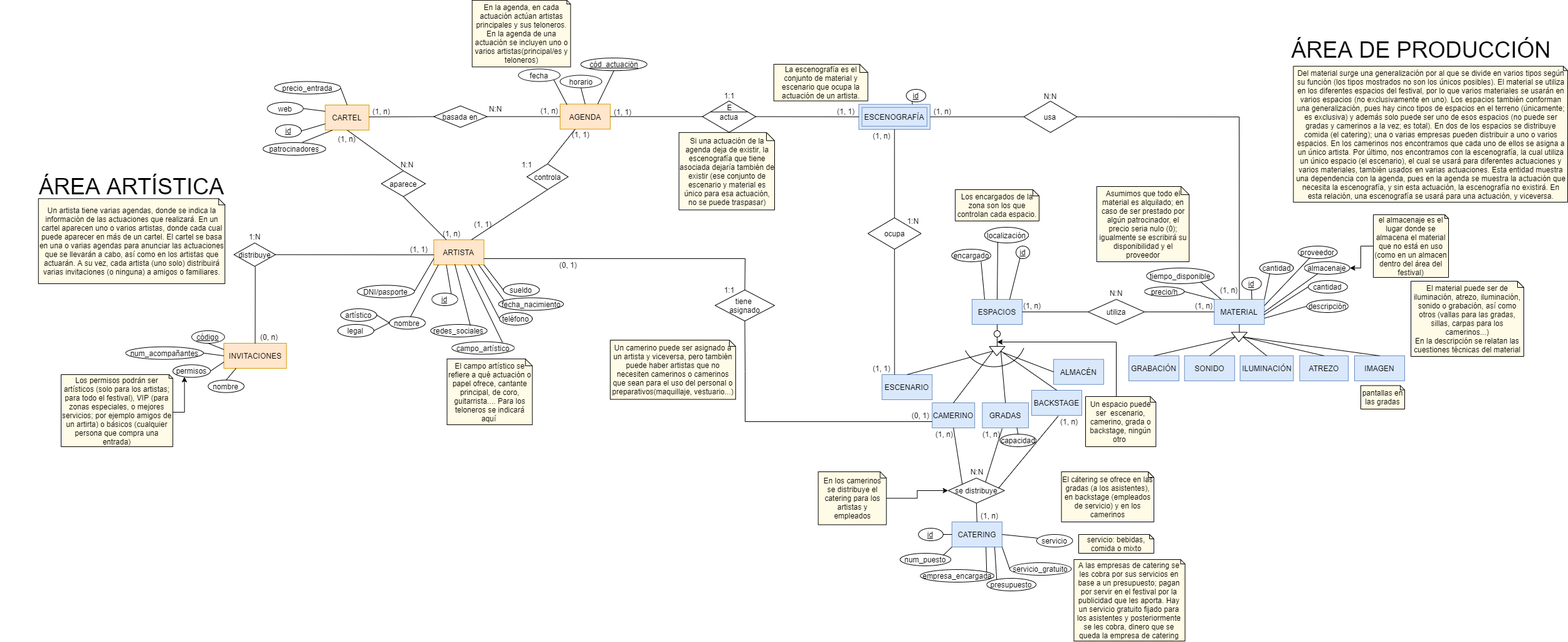
Above: Modelo conceptual/Modelo E-R.png in mariaalamocedillo/Quevedofest (draw.io), before the change. Source tidied: cells renumbered, new cells last; positions are measured from the earlier drawing's top-left corner, leaving out a move shared by most shapes.
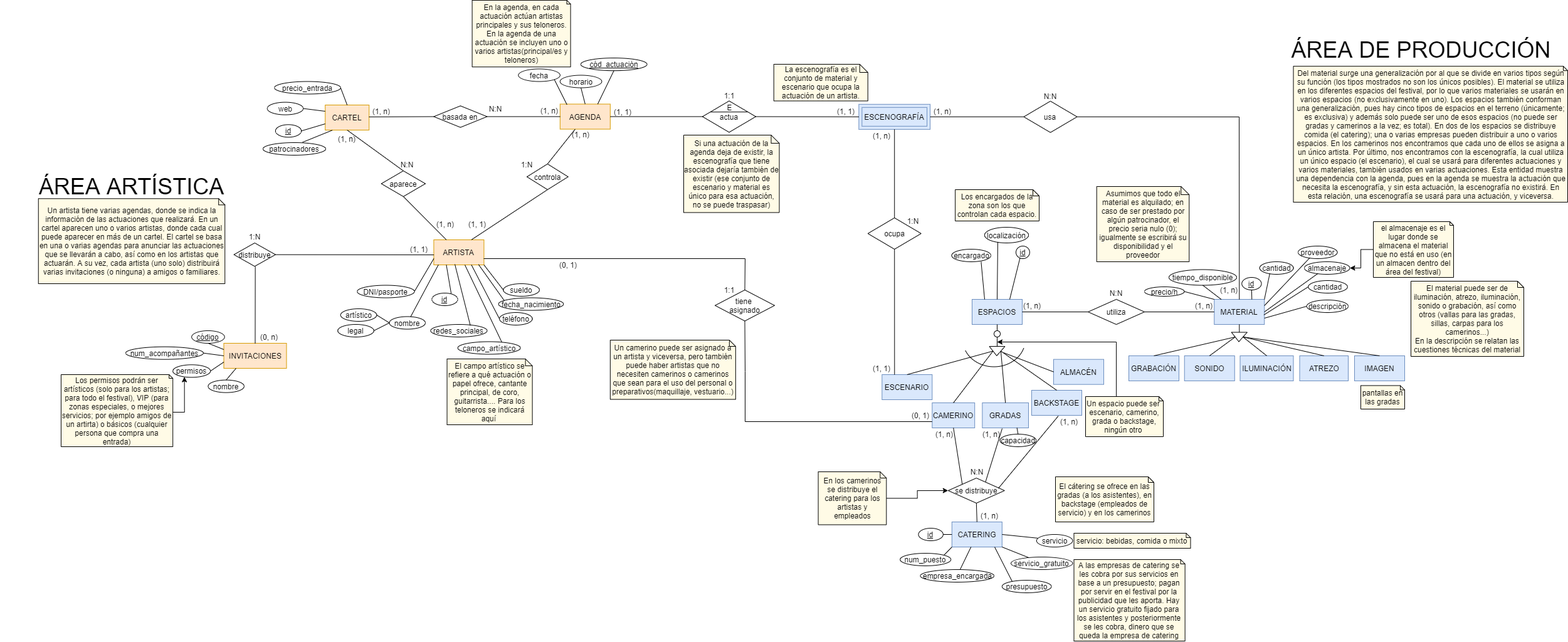
Above is the later version.

Change to the diagram source:
```diff
@@ -125,8 +125,8 @@
         </Array>
       </mxGeometry>
     </mxCell>
-    <mxCell id="39" value="Un espacio puede ser&amp;nbsp; escenario, camerino, grada o backstage, ningún otro&amp;nbsp;" style="shape=note;size=9;whiteSpace=wrap;html=1;fillColor=#FFFBE6;" parent="1" vertex="1">
-      <mxGeometry x="1731" y="632" width="112.2" height="80" as="geometry" />
+    <mxCell id="39" value="Un espacio puede ser&amp;nbsp; escenario, camerino, grada o backstage, ningún otro&amp;nbsp;" style="shape=note;size=7;whiteSpace=wrap;html=1;fillColor=#FFFBE6;" parent="1" vertex="1">
+      <mxGeometry x="1731" y="632" width="124" height="64" as="geometry" />
     </mxCell>
     <mxCell id="40" style="edgeStyle=orthogonalEdgeStyle;rounded=0;jettySize=auto;html=1;entryX=0;entryY=0.5;entryDx=0;entryDy=0;" parent="1" edge="1" source="41" target="32">
       <mxGeometry relative="1" as="geometry" />
@@ -153,7 +153,7 @@
       <mxGeometry x="2170" y="614.5" width="70" height="37.5" as="geometry" />
     </mxCell>
     <mxCell id="48" value="El cátering se ofrece en las gradas (a los asistentes), en backstage (empleados de servicio) y en los camerinos" style="shape=note;size=9;whiteSpace=wrap;html=1;fillColor=#FFFBE6;" parent="1" vertex="1">
-      <mxGeometry x="1692.5" y="752" width="147.5" height="80" as="geometry" />
+      <mxGeometry x="1683" y="760" width="157" height="72" as="geometry" />
     </mxCell>
     <mxCell id="49" value="nombre" style="ellipse;whiteSpace=wrap;html=1;align=center;fillColor=#FFFFFF;" parent="1" vertex="1">
       <mxGeometry x="620.5" y="504.5" width="57.5" height="20" as="geometry" />
@@ -192,7 +192,7 @@
       <mxGeometry x="802.3" y="452" width="57.5" height="20" as="geometry" />
     </mxCell>
     <mxCell id="61" value="campo_artístico" style="ellipse;whiteSpace=wrap;html=1;align=center;fillColor=#FFFFFF;" parent="1" vertex="1">
-      <mxGeometry x="720" y="544.5" width="100" height="20" as="geometry" />
+      <mxGeometry x="729.6" y="544.5" width="100" height="20" as="geometry" />
     </mxCell>
     <mxCell id="62" value="El campo artístico se refiere a qué actuación o papel ofrece, cantante principal, de coro, guitarrista.... Para los teloneros se indicará aquí&amp;nbsp;" style="shape=note;size=11;whiteSpace=wrap;html=1;fillColor=#FFFBE6;" parent="1" vertex="1">
       <mxGeometry x="712.5" y="572" width="136.1" height="105" as="geometry" />
@@ -206,7 +206,7 @@
     <mxCell id="65" style="endArrow=none;html=1;rounded=0;exitX=0.703;exitY=0.082;exitDx=0;exitDy=0;entryX=0.42;entryY=0.975;entryDx=0;entryDy=0;entryPerimeter=0;exitPerimeter=0;" parent="1" edge="1" source="55" target="3">
       <mxGeometry relative="1" as="geometry" />
     </mxCell>
-    <mxCell id="66" style="endArrow=none;html=1;rounded=0;exitX=0.81;exitY=0.074;exitDx=0;exitDy=0;exitPerimeter=0;" parent="1" edge="1" source="61" target="3">
+    <mxCell id="66" style="endArrow=none;html=1;rounded=0;exitX=0.703;exitY=0.043;exitDx=0;exitDy=0;exitPerimeter=0;" parent="1" edge="1" source="61" target="3">
       <mxGeometry relative="1" as="geometry" />
     </mxCell>
     <mxCell id="67" style="endArrow=none;html=1;rounded=0;exitX=0.091;exitY=0.24;exitDx=0;exitDy=0;exitPerimeter=0;entryX=0.892;entryY=0.985;entryDx=0;entryDy=0;entryPerimeter=0;" parent="1" edge="1" source="54" target="3">
@@ -263,8 +263,8 @@
     <mxCell id="84" style="edgeStyle=orthogonalEdgeStyle;rounded=0;jettySize=auto;html=1;entryX=1;entryY=0.5;entryDx=0;entryDy=0;" parent="1" edge="1" source="85" target="80">
       <mxGeometry relative="1" as="geometry" />
     </mxCell>
-    <mxCell id="85" value="el almacenaje es el lugar donde se almacena el material que no está en uso (como en un almacen dentro del área del festival)" style="shape=note;size=6;whiteSpace=wrap;html=1;fillColor=#FFFBE6;" parent="1" vertex="1">
-      <mxGeometry x="2190" y="342" width="120" height="100" as="geometry" />
+    <mxCell id="85" value="el almacenaje es el lugar donde se almacena el material que no está en uso (en un almacen dentro del área del festival)" style="shape=note;size=6;whiteSpace=wrap;html=1;fillColor=#FFFBE6;" parent="1" vertex="1">
+      <mxGeometry x="2190" y="353" width="128" height="89" as="geometry" />
     </mxCell>
     <mxCell id="86" value="precio/h" style="ellipse;whiteSpace=wrap;html=1;align=center;fillColor=#FFFFFF;" parent="1" vertex="1">
       <mxGeometry x="1825" y="457" width="63.5" height="15" as="geometry" />
@@ -273,9 +273,9 @@
       <mxGeometry relative="1" as="geometry" />
     </mxCell>
     <mxCell id="88" value="tiempo_disponible" style="ellipse;whiteSpace=wrap;html=1;align=center;fillColor=#FFFFFF;" parent="1" vertex="1">
-      <mxGeometry x="1828.2" y="427" width="108" height="25" as="geometry" />
+      <mxGeometry x="1864" y="429.5" width="108" height="25" as="geometry" />
     </mxCell>
-    <mxCell id="89" style="endArrow=none;html=1;rounded=0;exitX=0.798;exitY=0.877;exitDx=0;exitDy=0;entryX=0.141;entryY=0.004;entryDx=0;entryDy=0;exitPerimeter=0;entryPerimeter=0;" parent="1" edge="1" source="88" target="7">
+    <mxCell id="89" style="endArrow=none;html=1;rounded=0;exitX=0.5;exitY=1;exitDx=0;exitDy=0;entryX=0.141;entryY=0.004;entryDx=0;entryDy=0;entryPerimeter=0;" parent="1" edge="1" source="88" target="7">
       <mxGeometry relative="1" as="geometry" />
     </mxCell>
     <mxCell id="90" value="Asumimos que todo el material es alquilado; en caso de ser prestado por algún patrocinador, el precio seria nulo (0); igualmente se escribirá su disponibilidad y el proveedor" style="shape=note;size=13;whiteSpace=wrap;html=1;fillColor=#FFFBE6;" parent="1" vertex="1">
@@ -291,13 +291,13 @@
       <mxGeometry relative="1" as="geometry" />
     </mxCell>
     <mxCell id="94" value="Los encargados de la zona son los que controlan cada espacio." style="shape=note;size=10;whiteSpace=wrap;html=1;fillColor=#FFFBE6;" parent="1" vertex="1">
-      <mxGeometry x="1523.1" y="302" width="133.8" height="50" as="geometry" />
+      <mxGeometry x="1523.1" y="302" width="133.9" height="50" as="geometry" />
     </mxCell>
     <mxCell id="95" value="presupuesto" style="ellipse;whiteSpace=wrap;html=1;align=center;fillColor=#FFFFFF;" parent="1" vertex="1">
-      <mxGeometry x="1573.3" y="922" width="78.8" height="20" as="geometry" />
+      <mxGeometry x="1597.8" y="925" width="78.8" height="20" as="geometry" />
     </mxCell>
     <mxCell id="96" value="servicio: bebidas, comida o mixto" style="shape=note;size=7;whiteSpace=wrap;html=1;fillColor=#FFFBE6;" parent="1" vertex="1">
-      <mxGeometry x="1720" y="852" width="120" height="30" as="geometry" />
+      <mxGeometry x="1712.5" y="850" width="186" height="24" as="geometry" />
     </mxCell>
     <mxCell id="97" style="endArrow=none;html=1;exitX=0.202;exitY=0.078;exitDx=0;exitDy=0;entryX=0.852;entryY=1;entryDx=0;entryDy=0;entryPerimeter=0;exitPerimeter=0;" parent="1" edge="1" source="95" target="15">
       <mxGeometry relative="1" as="geometry" />
@@ -305,7 +305,7 @@
     <mxCell id="98" value="empresa_encargada" style="ellipse;whiteSpace=wrap;html=1;align=center;fillColor=#FFFFFF;" parent="1" vertex="1">
       <mxGeometry x="1467.5" y="908" width="117.5" height="20" as="geometry" />
     </mxCell>
-    <mxCell id="99" style="endArrow=none;html=1;exitX=0.9;exitY=0.201;exitDx=0;exitDy=0;entryX=0.679;entryY=1.017;entryDx=0;entryDy=0;exitPerimeter=0;entryPerimeter=0;" parent="1" edge="1" source="98" target="15">
+    <mxCell id="99" style="endArrow=none;html=1;" parent="1" edge="1" source="98" target="15">
       <mxGeometry relative="1" as="geometry" />
     </mxCell>
     <mxCell id="100" value="servicio" style="ellipse;whiteSpace=wrap;html=1;align=center;fillColor=#FFFFFF;direction=west;" parent="1" vertex="1">
@@ -365,12 +365,6 @@
     <mxCell id="118" value="controla" style="shape=rhombus;perimeter=rhombusPerimeter;whiteSpace=wrap;html=1;align=center;" parent="1" vertex="1">
       <mxGeometry x="840" y="261" width="65.6" height="41" as="geometry" />
     </mxCell>
-    <mxCell id="119" value="&lt;u&gt;id&lt;/u&gt;" style="ellipse;whiteSpace=wrap;html=1;align=center;fillColor=#FFFFFF;" parent="1" vertex="1">
-      <mxGeometry x="1445" y="142" width="31.2" height="20" as="geometry" />
-    </mxCell>
-    <mxCell id="120" style="endArrow=none;html=1;rounded=0;exitX=0.3;exitY=0.932;exitDx=0;exitDy=0;entryX=0.75;entryY=0;entryDx=0;entryDy=0;exitPerimeter=0;" parent="1" edge="1" source="119" target="2">
-      <mxGeometry relative="1" as="geometry" />
-    </mxCell>
     <mxCell id="121" style="endArrow=none;html=1;rounded=0;entryX=0.5;entryY=0;entryDx=0;entryDy=0;" parent="1" edge="1" target="5">
       <mxGeometry relative="1" as="geometry">
         <mxPoint x="406.7" y="425" as="sourcePoint" />
@@ -458,9 +452,9 @@
       <mxGeometry x="1712.5" y="892" width="177.2" height="130" as="geometry" />
     </mxCell>
     <mxCell id="147" value="servicio_gratuito" style="ellipse;whiteSpace=wrap;html=1;align=center;fillColor=#FFFFFF;direction=west;" parent="1" vertex="1">
-      <mxGeometry x="1610" y="897" width="98.3" height="20" as="geometry" />
+      <mxGeometry x="1612.1" y="888" width="98.3" height="20" as="geometry" />
     </mxCell>
-    <mxCell id="148" style="endArrow=none;html=1;exitX=1;exitY=0.5;exitDx=0;exitDy=0;entryX=1;entryY=1;entryDx=0;entryDy=0;" parent="1" edge="1" source="147" target="15">
+    <mxCell id="148" style="endArrow=none;html=1;exitX=0.714;exitY=0.956;exitDx=0;exitDy=0;entryX=1;entryY=1;entryDx=0;entryDy=0;exitPerimeter=0;" parent="1" edge="1" source="147" target="15">
       <mxGeometry relative="1" as="geometry" />
     </mxCell>
     <mxCell id="149" value="&lt;font style=&quot;font-size: 36px&quot;&gt;ÁREA ARTÍSTICA&lt;/font&gt;" style="text;html=1;strokeColor=none;fillColor=none;align=center;verticalAlign=middle;whiteSpace=wrap;rounded=0;" parent="1" vertex="1">
@@ -515,10 +509,10 @@
       <mxGeometry x="1537.8" y="742" width="40" height="20" as="geometry" />
     </mxCell>
     <mxCell id="166" value="(1, 1)" style="text;html=1;strokeColor=none;fillColor=none;align=center;verticalAlign=middle;whiteSpace=wrap;rounded=0;" parent="1" vertex="1">
-      <mxGeometry x="750" y="347" width="40" height="20" as="geometry" />
+      <mxGeometry x="741" y="347" width="40" height="20" as="geometry" />
     </mxCell>
     <mxCell id="167" value="(1, n)" style="text;html=1;strokeColor=none;fillColor=none;align=center;verticalAlign=middle;whiteSpace=wrap;rounded=0;" parent="1" vertex="1">
-      <mxGeometry x="700" y="362" width="40" height="20" as="geometry" />
+      <mxGeometry x="689.6" y="347" width="40" height="20" as="geometry" />
     </mxCell>
     <mxCell id="168" value="N:N" style="text;html=1;strokeColor=none;fillColor=none;align=center;verticalAlign=middle;whiteSpace=wrap;rounded=0;" parent="1" vertex="1">
       <mxGeometry x="629.2" y="252" width="40" height="20" as="geometry" />
@@ -613,7 +607,7 @@
         <mxPoint x="588" y="186" as="sourcePoint" />
       </mxGeometry>
     </mxCell>
-    <mxCell id="195" value="(1, 1)" style="text;html=1;strokeColor=none;fillColor=none;align=center;verticalAlign=middle;whiteSpace=wrap;rounded=0;" parent="1" vertex="1">
+    <mxCell id="195" value="(1, n)" style="text;html=1;strokeColor=none;fillColor=none;align=center;verticalAlign=middle;whiteSpace=wrap;rounded=0;" parent="1" vertex="1">
       <mxGeometry x="906.1" y="203.6" width="40" height="20" as="geometry" />
     </mxCell>
     <mxCell id="196" style="endArrow=none;html=1;rounded=0;entryX=1;entryY=0.5;entryDx=0;entryDy=0;exitX=0;exitY=0.5;exitDx=0;exitDy=0;" parent="1" edge="1" source="177" target="6">
@@ -654,9 +648,9 @@
       <mxGeometry x="972.9" y="542" width="200" height="94.5" as="geometry" />
     </mxCell>
     <mxCell id="205" value="Si una actuación de la agenda deja de existir, la escenografía que tiene asociada dejaría también de existir (ese conjunto de escenario y material es único para esa actuación, no se puede traspasar)" style="shape=note;size=13;whiteSpace=wrap;html=1;fillColor=#FFFBE6;" parent="1" vertex="1">
-      <mxGeometry x="1082.5" y="210.8" width="152.5" height="123.5" as="geometry" />
+      <mxGeometry x="1090" y="215" width="152.5" height="123.5" as="geometry" />
     </mxCell>
-    <mxCell id="206" value="1:1" style="text;html=1;strokeColor=none;fillColor=none;align=center;verticalAlign=middle;whiteSpace=wrap;rounded=0;" parent="1" vertex="1">
+    <mxCell id="206" value="1:N" style="text;html=1;strokeColor=none;fillColor=none;align=center;verticalAlign=middle;whiteSpace=wrap;rounded=0;" parent="1" vertex="1">
       <mxGeometry x="820" y="252" width="40" height="20" as="geometry" />
     </mxCell>
   </root>
```
